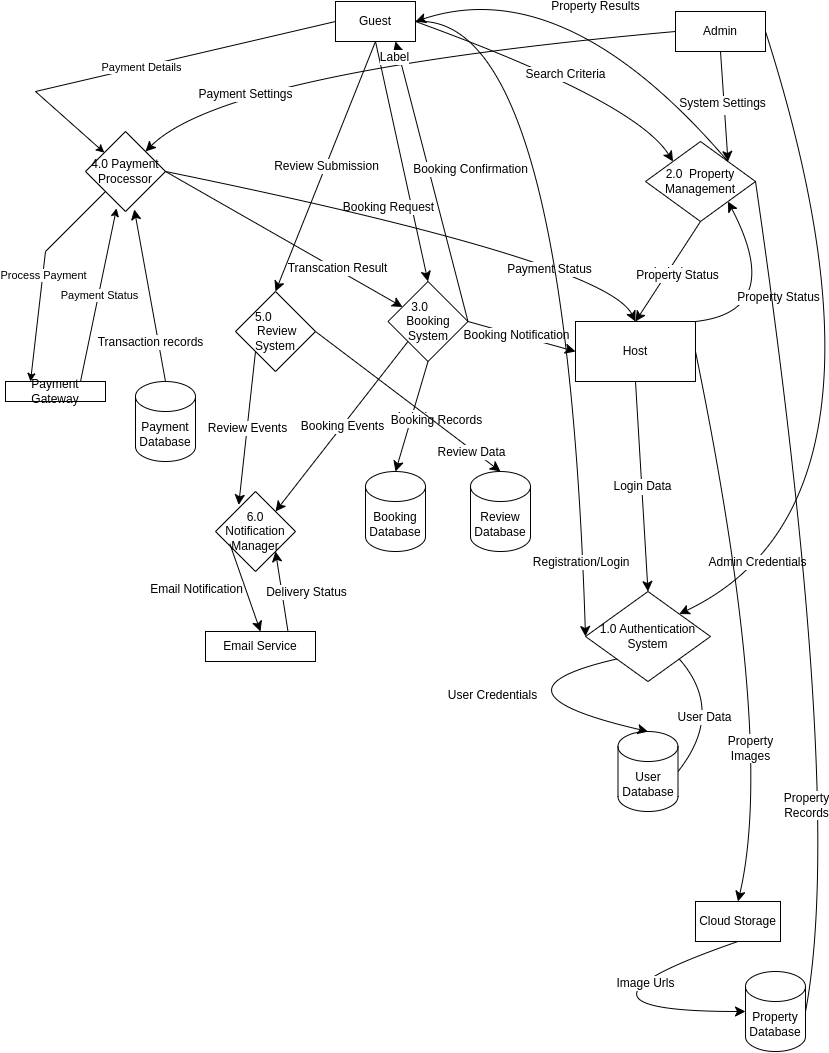
CollinsWanjau/alx-airbnb-project-documentation keeps this draw.io diagram as data-flow-diagram/data_flow_diagram.drawio.png. Above is the earlier version. Source tidied: cells renumbered, new cells last; positions are measured from the earlier drawing's top-left corner, leaving out a move shared by most shapes.
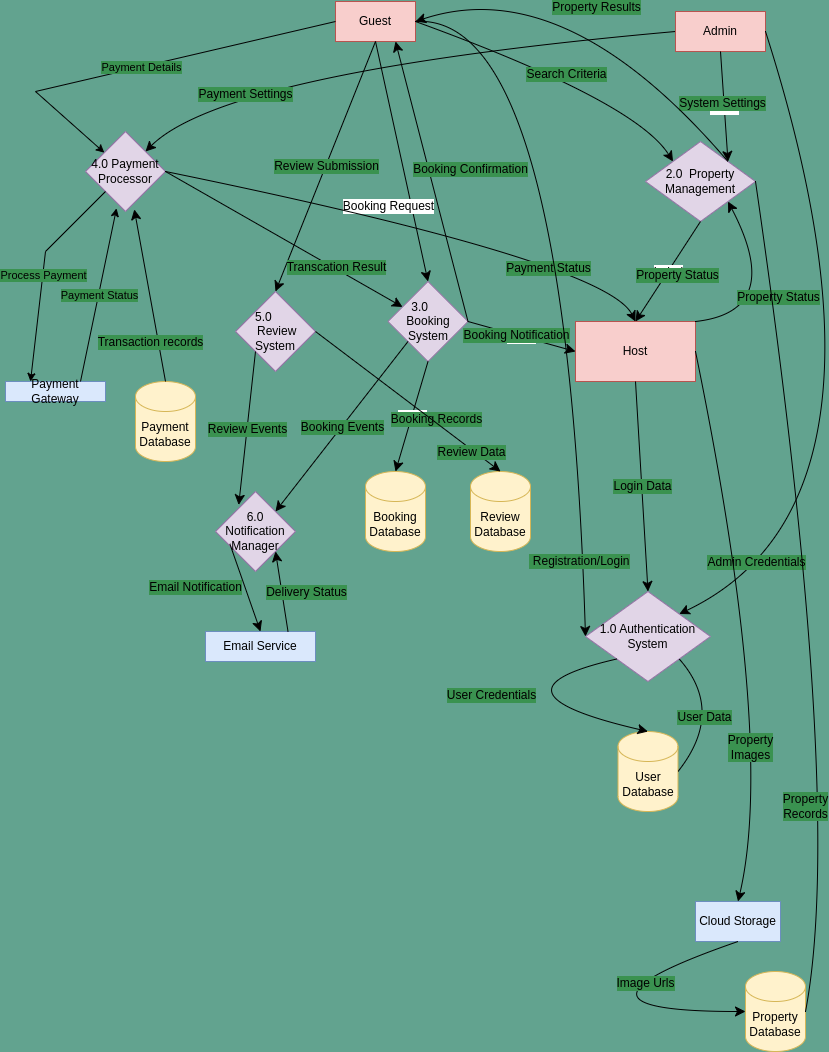
Above is the later version.

Commit message:
Modified data flow diagram

Change to the diagram source:
```diff
@@ -1,2 +1,2 @@
-<mxGraphModel>
+<mxGraphModel background="#62a38f">
   <root>
@@ -4,15 +4,15 @@
     <mxCell id="1" parent="0" />
-    <mxCell id="2" value="Guest" style="rounded=0;whiteSpace=wrap;html=1;" parent="1" vertex="1">
+    <mxCell id="2" value="Guest" style="rounded=0;whiteSpace=wrap;html=1;fillColor=#f8cecc;strokeColor=#b85450;" parent="1" vertex="1">
       <mxGeometry x="330" y="30" width="80" height="40" as="geometry" />
     </mxCell>
-    <mxCell id="3" value="Admin" style="rounded=0;whiteSpace=wrap;html=1;" parent="1" vertex="1">
+    <mxCell id="3" value="Admin" style="rounded=0;whiteSpace=wrap;html=1;fillColor=#f8cecc;strokeColor=#b85450;" parent="1" vertex="1">
       <mxGeometry x="670" y="40" width="90" height="40" as="geometry" />
     </mxCell>
-    <mxCell id="4" value="4.0 Payment Processor" style="rhombus;whiteSpace=wrap;html=1;" parent="1" vertex="1">
+    <mxCell id="4" value="4.0 Payment Processor" style="rhombus;whiteSpace=wrap;html=1;fillColor=#e1d5e7;strokeColor=#9673a6;" parent="1" vertex="1">
       <mxGeometry x="80" y="160" width="80" height="80" as="geometry" />
     </mxCell>
-    <mxCell id="5" value="1.0 Authentication System" style="rhombus;whiteSpace=wrap;html=1;" parent="1" vertex="1">
+    <mxCell id="5" value="1.0 Authentication System" style="rhombus;whiteSpace=wrap;html=1;fillColor=#e1d5e7;strokeColor=#9673a6;" parent="1" vertex="1">
       <mxGeometry x="580" y="620" width="125" height="90" as="geometry" />
     </mxCell>
-    <mxCell id="6" value="2.0&amp;nbsp; Property Management" style="rhombus;whiteSpace=wrap;html=1;" parent="1" vertex="1">
+    <mxCell id="6" value="2.0&amp;nbsp; Property Management" style="rhombus;whiteSpace=wrap;html=1;fillColor=#e1d5e7;strokeColor=#9673a6;" parent="1" vertex="1">
       <mxGeometry x="640" y="170" width="110" height="80" as="geometry" />
@@ -26,6 +26,6 @@
     </mxCell>
-    <mxCell id="8" value="Payment Details" style="edgeLabel;html=1;align=center;verticalAlign=middle;" parent="7" vertex="1">
+    <mxCell id="8" value="Payment Details" style="edgeLabel;html=1;align=center;verticalAlign=middle;labelBackgroundColor=#3a9250;" parent="7" vertex="1">
       <mxGeometry relative="1" as="geometry" />
     </mxCell>
-    <mxCell id="9" value="Payment Gateway" style="rounded=0;whiteSpace=wrap;html=1;" parent="1" vertex="1">
+    <mxCell id="9" value="Payment Gateway" style="rounded=0;whiteSpace=wrap;html=1;fillColor=#dae8fc;strokeColor=#6c8ebf;" parent="1" vertex="1">
       <mxGeometry y="410" width="100" height="20" as="geometry" />
@@ -39,3 +39,3 @@
     </mxCell>
-    <mxCell id="11" value="Process Payment" style="edgeLabel;html=1;align=center;verticalAlign=middle;" parent="10" vertex="1">
+    <mxCell id="11" value="Process Payment" style="edgeLabel;html=1;align=center;verticalAlign=middle;labelBackgroundColor=#3a9250;" parent="10" vertex="1">
       <mxGeometry relative="1" as="geometry" />
@@ -45,6 +45,6 @@
     </mxCell>
-    <mxCell id="13" value="Payment Status" style="edgeLabel;html=1;align=center;verticalAlign=middle;" parent="12" vertex="1">
+    <mxCell id="13" value="Payment Status" style="edgeLabel;html=1;align=center;verticalAlign=middle;labelBackgroundColor=#3a9250;" parent="12" vertex="1">
       <mxGeometry relative="1" as="geometry" />
     </mxCell>
-    <mxCell id="14" value="Payment Database" style="shape=cylinder3;whiteSpace=wrap;html=1;boundedLbl=1;backgroundOutline=1;size=15;" parent="1" vertex="1">
+    <mxCell id="14" value="Payment Database" style="shape=cylinder3;whiteSpace=wrap;html=1;boundedLbl=1;backgroundOutline=1;size=15;fillColor=#fff2cc;strokeColor=#d6b656;" parent="1" vertex="1">
       <mxGeometry x="130" y="410" width="60" height="80" as="geometry" />
@@ -54,3 +54,3 @@
     </mxCell>
-    <mxCell id="16" value="Transaction records" style="edgeLabel;html=1;fontSize=12;align=center;verticalAlign=middle;" parent="15" vertex="1">
+    <mxCell id="16" value="Transaction records" style="edgeLabel;html=1;fontSize=12;align=center;verticalAlign=middle;labelBackgroundColor=#3a9250;" parent="15" vertex="1">
       <mxGeometry relative="1" as="geometry">
@@ -59,3 +59,3 @@
     </mxCell>
-    <mxCell id="17" value="5.0&amp;nbsp; &amp;nbsp; &amp;nbsp; &amp;nbsp; &amp;nbsp;Review System" style="rhombus;whiteSpace=wrap;html=1;" parent="1" vertex="1">
+    <mxCell id="17" value="5.0&amp;nbsp; &amp;nbsp; &amp;nbsp; &amp;nbsp; &amp;nbsp;Review System" style="rhombus;whiteSpace=wrap;html=1;fillColor=#e1d5e7;strokeColor=#9673a6;" parent="1" vertex="1">
       <mxGeometry x="230" y="320" width="80" height="80" as="geometry" />
@@ -65,6 +65,6 @@
     </mxCell>
-    <mxCell id="19" value="Review Submission" style="edgeLabel;html=1;fontSize=12;align=center;verticalAlign=middle;" parent="18" vertex="1">
+    <mxCell id="19" value="Review Submission" style="edgeLabel;html=1;fontSize=12;align=center;verticalAlign=middle;labelBackgroundColor=#3a9250;" parent="18" vertex="1">
       <mxGeometry relative="1" as="geometry" />
     </mxCell>
-    <mxCell id="20" value="3.0&amp;nbsp; &amp;nbsp; &amp;nbsp; Booking System" style="rhombus;whiteSpace=wrap;html=1;" parent="1" vertex="1">
+    <mxCell id="20" value="3.0&amp;nbsp; &amp;nbsp; &amp;nbsp; Booking System" style="rhombus;whiteSpace=wrap;html=1;fillColor=#e1d5e7;strokeColor=#9673a6;" parent="1" vertex="1">
       <mxGeometry x="382.5" y="310" width="80" height="80" as="geometry" />
@@ -74,3 +74,3 @@
     </mxCell>
-    <mxCell id="22" value="Transcation Result" style="edgeLabel;html=1;fontSize=12;align=center;verticalAlign=middle;" parent="21" vertex="1">
+    <mxCell id="22" value="Transcation Result" style="edgeLabel;html=1;fontSize=12;align=center;verticalAlign=middle;labelBackgroundColor=#3a9250;" parent="21" vertex="1">
       <mxGeometry relative="1" as="geometry">
@@ -79,3 +79,3 @@
     </mxCell>
-    <mxCell id="23" value="6.0 Notification Manager" style="rhombus;whiteSpace=wrap;html=1;" parent="1" vertex="1">
+    <mxCell id="23" value="6.0 Notification Manager" style="rhombus;whiteSpace=wrap;html=1;fillColor=#e1d5e7;strokeColor=#9673a6;" parent="1" vertex="1">
       <mxGeometry x="210" y="520" width="80" height="80" as="geometry" />
@@ -85,3 +85,3 @@
     </mxCell>
-    <mxCell id="25" value="Review Events" style="edgeLabel;html=1;fontSize=12;align=center;verticalAlign=middle;" parent="24" vertex="1">
+    <mxCell id="25" value="Review Events" style="edgeLabel;html=1;fontSize=12;align=center;verticalAlign=middle;labelBackgroundColor=#3a9250;" parent="24" vertex="1">
       <mxGeometry relative="1" as="geometry" />
@@ -91,6 +91,6 @@
     </mxCell>
-    <mxCell id="27" value="Booking Events" style="edgeLabel;html=1;fontSize=12;align=center;verticalAlign=middle;" parent="26" vertex="1">
+    <mxCell id="27" value="Booking Events" style="edgeLabel;html=1;fontSize=12;align=center;verticalAlign=middle;labelBackgroundColor=#3a9250;" parent="26" vertex="1">
       <mxGeometry relative="1" as="geometry" />
     </mxCell>
-    <mxCell id="28" value="Email Service" style="rounded=0;whiteSpace=wrap;html=1;" parent="1" vertex="1">
+    <mxCell id="28" value="Email Service" style="rounded=0;whiteSpace=wrap;html=1;fillColor=#dae8fc;strokeColor=#6c8ebf;" parent="1" vertex="1">
       <mxGeometry x="200" y="660" width="110" height="30" as="geometry" />
@@ -100,3 +100,3 @@
     </mxCell>
-    <mxCell id="30" value="Email Notification" style="edgeLabel;html=1;fontSize=12;align=center;verticalAlign=middle;" parent="29" vertex="1">
+    <mxCell id="30" value="Email Notification" style="edgeLabel;html=1;fontSize=12;align=center;verticalAlign=middle;labelBackgroundColor=#3a9250;" parent="29" vertex="1">
       <mxGeometry relative="1" as="geometry">
@@ -108,3 +108,3 @@
     </mxCell>
-    <mxCell id="32" value="Delivery Status" style="edgeLabel;html=1;fontSize=12;align=center;verticalAlign=middle;" parent="31" vertex="1">
+    <mxCell id="32" value="Delivery Status" style="edgeLabel;html=1;fontSize=12;align=center;verticalAlign=middle;labelBackgroundColor=#3a9250;" parent="31" vertex="1">
       <mxGeometry relative="1" as="geometry">
@@ -113,6 +113,6 @@
     </mxCell>
-    <mxCell id="33" value="Booking Database" style="shape=cylinder3;whiteSpace=wrap;html=1;boundedLbl=1;backgroundOutline=1;size=15;" parent="1" vertex="1">
+    <mxCell id="33" value="Booking Database" style="shape=cylinder3;whiteSpace=wrap;html=1;boundedLbl=1;backgroundOutline=1;size=15;fillColor=#fff2cc;strokeColor=#d6b656;" parent="1" vertex="1">
       <mxGeometry x="360" y="500" width="60" height="80" as="geometry" />
     </mxCell>
-    <mxCell id="34" value="Review Database" style="shape=cylinder3;whiteSpace=wrap;html=1;boundedLbl=1;backgroundOutline=1;size=15;" parent="1" vertex="1">
+    <mxCell id="34" value="Review Database" style="shape=cylinder3;whiteSpace=wrap;html=1;boundedLbl=1;backgroundOutline=1;size=15;fillColor=#fff2cc;strokeColor=#d6b656;" parent="1" vertex="1">
       <mxGeometry x="465" y="500" width="60" height="80" as="geometry" />
@@ -125,3 +125,3 @@
     </mxCell>
-    <mxCell id="37" value="Booking Records" style="edgeLabel;html=1;align=center;verticalAlign=middle;fontSize=12;" parent="35" vertex="1">
+    <mxCell id="37" value="Booking Records" style="edgeLabel;html=1;align=center;verticalAlign=middle;fontSize=12;labelBackgroundColor=#3a9250;" parent="35" vertex="1">
       <mxGeometry x="0.06" y="-3" relative="1" as="geometry">
@@ -133,3 +133,3 @@
     </mxCell>
-    <mxCell id="39" value="Review Data" style="edgeLabel;html=1;fontSize=12;align=center;verticalAlign=middle;" parent="38" vertex="1">
+    <mxCell id="39" value="Review Data" style="edgeLabel;html=1;fontSize=12;align=center;verticalAlign=middle;labelBackgroundColor=#3a9250;" parent="38" vertex="1">
       <mxGeometry relative="1" as="geometry">
@@ -149,3 +149,3 @@
     </mxCell>
-    <mxCell id="43" value="Booking Confirmation" style="edgeLabel;html=1;align=center;verticalAlign=middle;fontSize=12;" parent="42" vertex="1">
+    <mxCell id="43" value="Booking Confirmation" style="edgeLabel;html=1;align=center;verticalAlign=middle;fontSize=12;labelBackgroundColor=#3a9250;" parent="42" vertex="1">
       <mxGeometry x="0.01" y="3" relative="1" as="geometry">
@@ -164,6 +164,6 @@
     </mxCell>
-    <mxCell id="46" value="Search Criteria" style="edgeLabel;html=1;align=center;verticalAlign=middle;fontSize=12;" parent="44" vertex="1">
+    <mxCell id="46" value="Search Criteria" style="edgeLabel;html=1;align=center;verticalAlign=middle;fontSize=12;labelBackgroundColor=#3a9250;" parent="44" vertex="1">
       <mxGeometry x="0.04" y="2" relative="1" as="geometry" />
     </mxCell>
-    <mxCell id="47" value="Host" style="rounded=0;whiteSpace=wrap;html=1;" parent="1" vertex="1">
+    <mxCell id="47" value="Host" style="rounded=0;whiteSpace=wrap;html=1;fillColor=#f8cecc;strokeColor=#b85450;" parent="1" vertex="1">
       <mxGeometry x="570" y="350" width="120" height="60" as="geometry" />
@@ -177,3 +177,3 @@
     </mxCell>
-    <mxCell id="49" value="Payment Status" style="edgeLabel;html=1;fontSize=12;align=center;verticalAlign=middle;" parent="48" vertex="1">
+    <mxCell id="49" value="Payment Status" style="edgeLabel;html=1;fontSize=12;align=center;verticalAlign=middle;labelBackgroundColor=#3a9250;" parent="48" vertex="1">
       <mxGeometry relative="1" as="geometry">
@@ -188,3 +188,3 @@
     </mxCell>
-    <mxCell id="52" value="Booking Notification" style="edgeLabel;html=1;align=center;verticalAlign=middle;fontSize=12;" parent="50" vertex="1">
+    <mxCell id="52" value="Booking Notification" style="edgeLabel;html=1;align=center;verticalAlign=middle;fontSize=12;labelBackgroundColor=#3a9250;" parent="50" vertex="1">
       <mxGeometry x="-0.22" y="-2" relative="1" as="geometry">
@@ -201,3 +201,3 @@
     </mxCell>
-    <mxCell id="55" value="Property Status" style="edgeLabel;html=1;align=center;verticalAlign=middle;fontSize=12;" parent="53" vertex="1">
+    <mxCell id="55" value="Property Status" style="edgeLabel;html=1;align=center;verticalAlign=middle;fontSize=12;labelBackgroundColor=#3a9250;" parent="53" vertex="1">
       <mxGeometry x="-0.04" y="9" relative="1" as="geometry" />
@@ -211,3 +211,3 @@
     </mxCell>
-    <mxCell id="57" value="Property Status" style="edgeLabel;html=1;fontSize=12;align=center;verticalAlign=middle;" parent="56" vertex="1">
+    <mxCell id="57" value="Property Status" style="edgeLabel;html=1;fontSize=12;align=center;verticalAlign=middle;labelBackgroundColor=#3a9250;" parent="56" vertex="1">
       <mxGeometry relative="1" as="geometry" />
@@ -220,6 +220,6 @@
     </mxCell>
-    <mxCell id="60" value="Login Data" style="edgeLabel;html=1;align=center;verticalAlign=middle;fontSize=12;" parent="58" vertex="1">
+    <mxCell id="60" value="Login Data" style="edgeLabel;html=1;align=center;verticalAlign=middle;fontSize=12;labelBackgroundColor=#3a9250;" parent="58" vertex="1">
       <mxGeometry relative="1" as="geometry" />
     </mxCell>
-    <mxCell id="61" value="User Database" style="shape=cylinder3;whiteSpace=wrap;html=1;boundedLbl=1;backgroundOutline=1;size=15;" parent="1" vertex="1">
+    <mxCell id="61" value="User Database" style="shape=cylinder3;whiteSpace=wrap;html=1;boundedLbl=1;backgroundOutline=1;size=15;fillColor=#fff2cc;strokeColor=#d6b656;" parent="1" vertex="1">
       <mxGeometry x="612.5" y="760" width="60" height="80" as="geometry" />
@@ -233,3 +233,3 @@
     </mxCell>
-    <mxCell id="63" value="User Credentials" style="edgeLabel;html=1;fontSize=12;align=center;verticalAlign=middle;" parent="62" vertex="1">
+    <mxCell id="63" value="User Credentials" style="edgeLabel;html=1;fontSize=12;align=center;verticalAlign=middle;labelBackgroundColor=#3a9250;" parent="62" vertex="1">
       <mxGeometry relative="1" as="geometry" />
@@ -243,3 +243,3 @@
     </mxCell>
-    <mxCell id="65" value="&amp;nbsp;Registration/Login" style="edgeLabel;html=1;align=center;verticalAlign=middle;fontSize=12;" parent="64" vertex="1">
+    <mxCell id="65" value="&amp;nbsp;Registration/Login" style="edgeLabel;html=1;align=center;verticalAlign=middle;fontSize=12;labelBackgroundColor=#3a9250;" parent="64" vertex="1">
       <mxGeometry x="0.62" y="-3" relative="1" as="geometry">
@@ -255,6 +255,3 @@
     </mxCell>
-    <mxCell id="67" value="Label" style="edgeLabel;html=1;fontSize=12;align=center;verticalAlign=middle;" parent="66" vertex="1">
-      <mxGeometry relative="1" as="geometry" />
-    </mxCell>
-    <mxCell id="68" value="Payment Settings" style="edgeLabel;html=1;align=center;verticalAlign=middle;fontSize=12;" parent="66" vertex="1">
+    <mxCell id="68" value="Payment Settings" style="edgeLabel;html=1;align=center;verticalAlign=middle;fontSize=12;labelBackgroundColor=#3a9250;" parent="66" vertex="1">
       <mxGeometry x="0.54" y="24" relative="1" as="geometry" />
@@ -267,3 +264,3 @@
     </mxCell>
-    <mxCell id="71" value="System Settings" style="edgeLabel;html=1;align=center;verticalAlign=middle;fontSize=12;" parent="69" vertex="1">
+    <mxCell id="71" value="System Settings" style="edgeLabel;html=1;align=center;verticalAlign=middle;fontSize=12;labelBackgroundColor=#3a9250;" parent="69" vertex="1">
       <mxGeometry x="-0.06" y="-2" relative="1" as="geometry" />
@@ -277,3 +274,3 @@
     </mxCell>
-    <mxCell id="73" value="Property Results" style="edgeLabel;html=1;fontSize=12;align=center;verticalAlign=middle;" parent="72" vertex="1">
+    <mxCell id="73" value="Property Results" style="edgeLabel;html=1;fontSize=12;align=center;verticalAlign=middle;labelBackgroundColor=#3a9250;" parent="72" vertex="1">
       <mxGeometry relative="1" as="geometry" />
@@ -287,3 +284,3 @@
     </mxCell>
-    <mxCell id="75" value="Admin Credentials" style="edgeLabel;html=1;align=center;verticalAlign=middle;fontSize=12;" parent="74" vertex="1">
+    <mxCell id="75" value="Admin Credentials" style="edgeLabel;html=1;align=center;verticalAlign=middle;fontSize=12;labelBackgroundColor=#3a9250;" parent="74" vertex="1">
       <mxGeometry x="0.76" y="-14" relative="1" as="geometry" />
@@ -297,3 +294,3 @@
     </mxCell>
-    <mxCell id="77" value="User Data" style="edgeLabel;html=1;align=center;verticalAlign=middle;fontSize=12;" parent="76" vertex="1">
+    <mxCell id="77" value="User Data" style="edgeLabel;html=1;align=center;verticalAlign=middle;fontSize=12;labelBackgroundColor=#3a9250;" parent="76" vertex="1">
       <mxGeometry x="-0.19" y="14" relative="1" as="geometry">
@@ -302,3 +299,3 @@
     </mxCell>
-    <mxCell id="78" value="Property Database" style="shape=cylinder3;whiteSpace=wrap;html=1;boundedLbl=1;backgroundOutline=1;size=15;" parent="1" vertex="1">
+    <mxCell id="78" value="Property Database" style="shape=cylinder3;whiteSpace=wrap;html=1;boundedLbl=1;backgroundOutline=1;size=15;fillColor=#fff2cc;strokeColor=#d6b656;" parent="1" vertex="1">
       <mxGeometry x="740" y="1000" width="60" height="80" as="geometry" />
@@ -312,3 +309,3 @@
     </mxCell>
-    <mxCell id="80" value="Property&lt;div&gt;Records&lt;/div&gt;" style="edgeLabel;html=1;align=center;verticalAlign=middle;fontSize=12;" parent="79" vertex="1">
+    <mxCell id="80" value="Property&lt;div&gt;Records&lt;/div&gt;" style="edgeLabel;html=1;align=center;verticalAlign=middle;fontSize=12;labelBackgroundColor=#3a9250;" parent="79" vertex="1">
       <mxGeometry x="0.51" y="-30" relative="1" as="geometry">
@@ -317,3 +314,3 @@
     </mxCell>
-    <mxCell id="81" value="Cloud Storage" style="rounded=0;whiteSpace=wrap;html=1;" parent="1" vertex="1">
+    <mxCell id="81" value="Cloud Storage" style="rounded=0;whiteSpace=wrap;html=1;fillColor=#dae8fc;strokeColor=#6c8ebf;" parent="1" vertex="1">
       <mxGeometry x="690" y="930" width="85" height="40" as="geometry" />
@@ -327,3 +324,3 @@
     </mxCell>
-    <mxCell id="83" value="Property&lt;div&gt;Images&lt;/div&gt;" style="edgeLabel;html=1;align=center;verticalAlign=middle;fontSize=12;" parent="82" vertex="1">
+    <mxCell id="83" value="Property&lt;div&gt;Images&lt;/div&gt;" style="edgeLabel;html=1;align=center;verticalAlign=middle;fontSize=12;labelBackgroundColor=#3a9250;" parent="82" vertex="1">
       <mxGeometry x="0.46" y="-25" relative="1" as="geometry">
@@ -339,3 +336,3 @@
     </mxCell>
-    <mxCell id="85" value="Image Urls" style="edgeLabel;html=1;align=center;verticalAlign=middle;fontSize=12;" parent="84" vertex="1">
+    <mxCell id="85" value="Image Urls" style="edgeLabel;html=1;align=center;verticalAlign=middle;fontSize=12;labelBackgroundColor=#3a9250;" parent="84" vertex="1">
       <mxGeometry x="-0.52" y="9" relative="1" as="geometry" />
```
